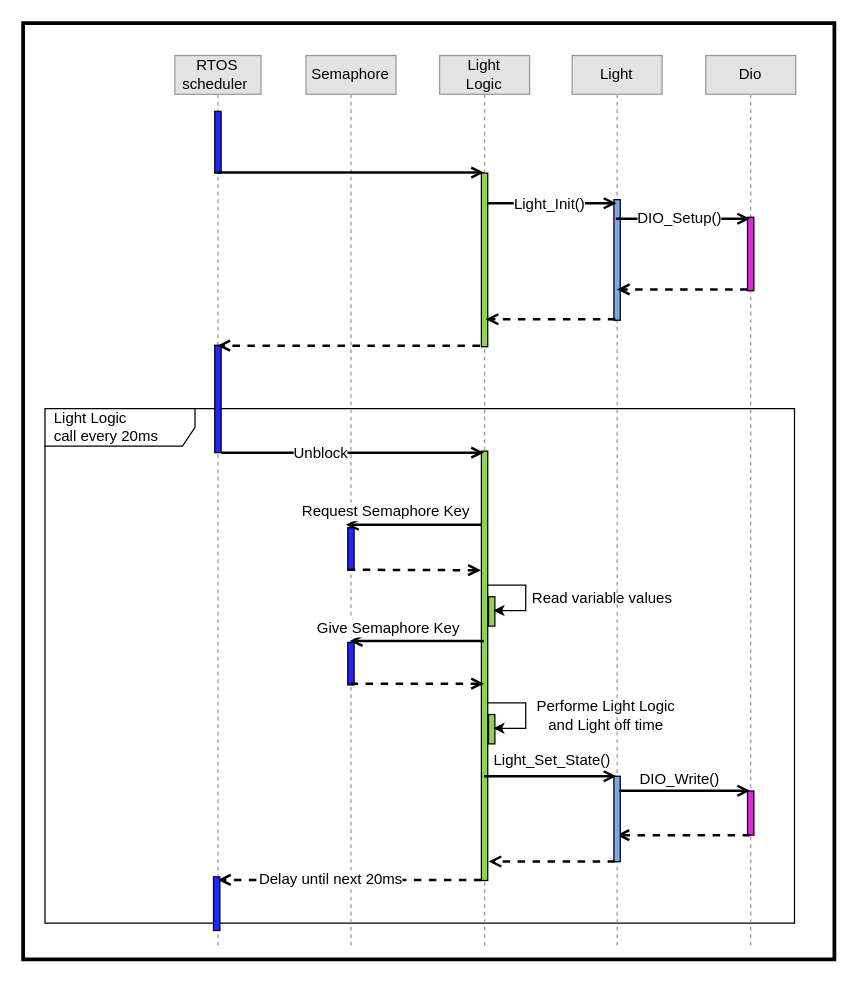
This is page "ECU 2 Light Logic" (11 of 11) of 3-Dynamic_Deesign_Sequence_Diagram.drawio from Mohamed-abdullah-hassan/EG-FWD_Automotive_door_control, a draw.io file, before an edit. Source tidied: cells renumbered, new cells numbered last; positions are measured from the earlier drawing's top-left corner, leaving out a move shared by most shapes. Both pictures are drawn from the tidied source at 125%, with x=0, y=0 at pixel (22, 22).
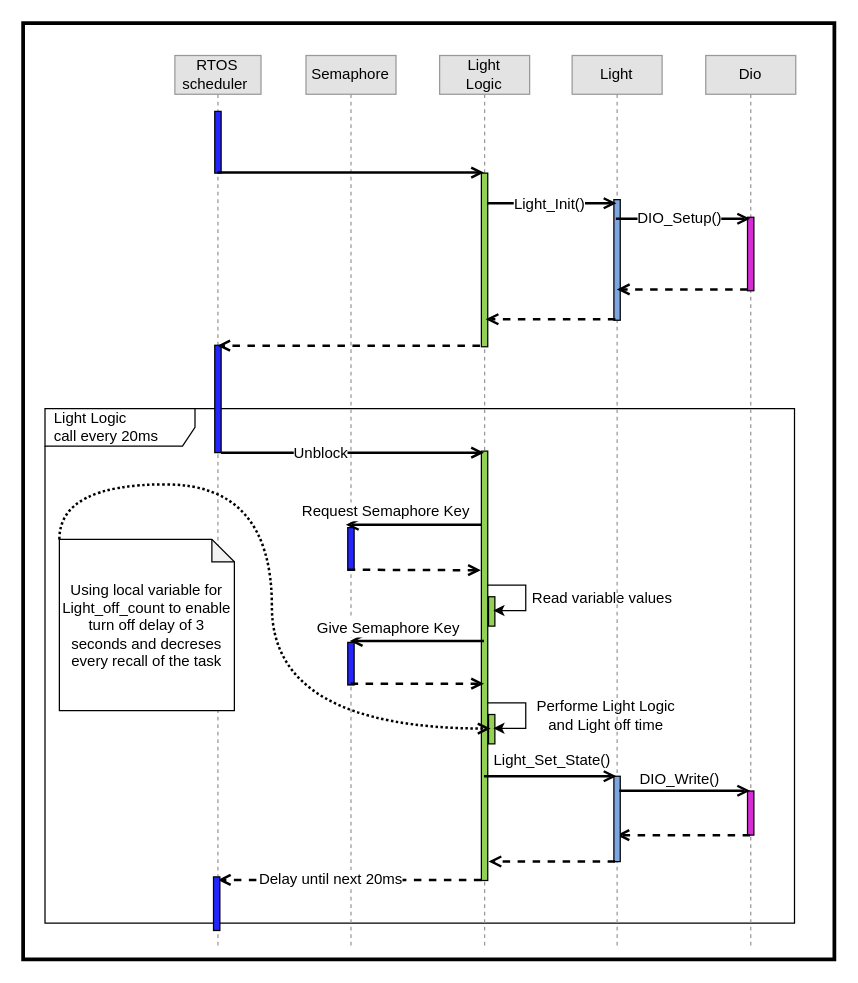
Above is the later version.

Unchanged cells that the change refers to:
```xml
<mxCell id="2" style="rounded=0;whiteSpace=wrap;html=1;strokeWidth=3;" parent="1" vertex="1">
  <mxGeometry width="649" height="749" as="geometry" />
</mxCell>
<mxCell id="17" style="html=1;points=[];perimeter=orthogonalPerimeter;fillColor=#93D154;strokeColor=#000000;" parent="9" vertex="1">
  <mxGeometry x="39.1" y="527.2" width="5.1" height="23.5" as="geometry" />
</mxCell>
```

Change to the diagram source:
```diff
@@
+    <mxCell id="50" value="Using local variable for Light_off_count to enable turn off delay of 3 seconds and decreses every recall of the task" style="shape=note;whiteSpace=wrap;html=1;backgroundOutline=1;darkOpacity=0.05;size=18;" parent="2" vertex="1">
+      <mxGeometry x="29" y="413" width="140" height="137" as="geometry" />
+    </mxCell>
+    <mxCell id="51" style="html=1;verticalAlign=bottom;labelBackgroundColor=none;endArrow=open;endFill=0;rounded=0;strokeWidth=2;dashed=1;exitX=0;exitY=0;exitDx=0;exitDy=0;exitPerimeter=0;edgeStyle=orthogonalEdgeStyle;curved=1;entryX=0.326;entryY=0.479;entryDx=0;entryDy=0;entryPerimeter=0;dashPattern=1 1;" parent="2" edge="1" source="50" target="17">
+      <mxGeometry relative="1" as="geometry">
+        <Array as="points">
+          <mxPoint x="29" y="369" />
+          <mxPoint x="199" y="369" />
+          <mxPoint x="199" y="564" />
+        </Array>
+      </mxGeometry>
+    </mxCell>
```
